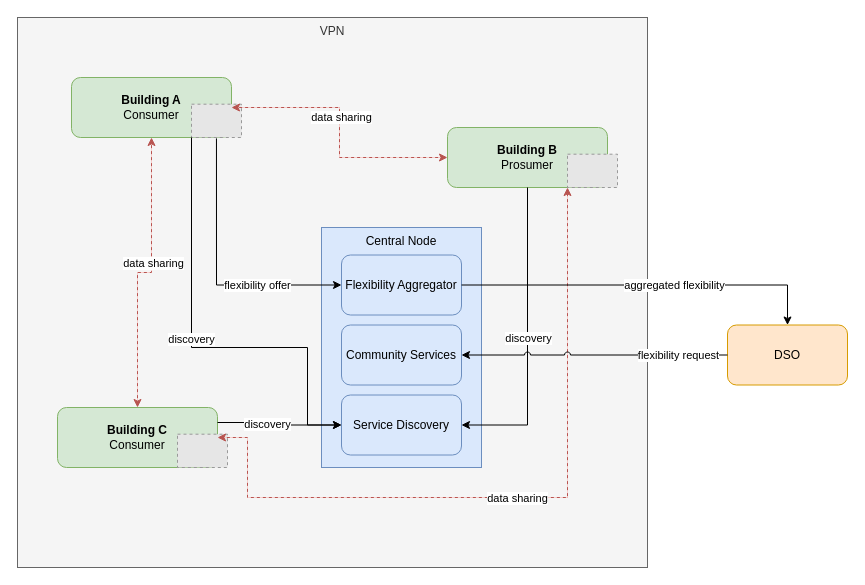
Above: Sa4CPS/WP2/UC4-SysLevel.drawio in rafaeldpsilva/sa4cps-vault (draw.io), before the change. Source tidied: cells renumbered, new cells numbered last; positions are measured from the earlier drawing's top-left corner, leaving out a move shared by most shapes. Both pictures are drawn from the tidied source at 100%, with x=0, y=0 at pixel (17, 17). Pictures stored in the file or linked from it are replaced by grey dashed boxes.
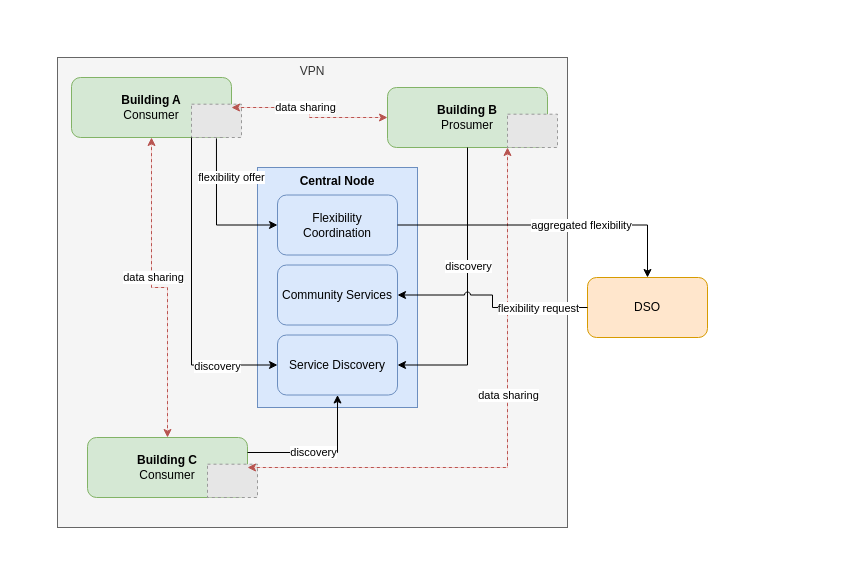
The same page after the edit.

The change refers to these unchanged cells:
```xml
<mxCell id="4" value="&lt;b&gt;Building A&lt;/b&gt;&lt;div&gt;Consumer&lt;/div&gt;" style="rounded=1;whiteSpace=wrap;html=1;fillColor=#d5e8d4;strokeColor=#82b366;" parent="3" vertex="1">
  <mxGeometry width="160" height="60" as="geometry" />
</mxCell>
<mxCell id="7" value="&lt;b&gt;Building C&lt;/b&gt;&lt;div&gt;Consumer&lt;/div&gt;" style="rounded=1;whiteSpace=wrap;html=1;fillColor=#d5e8d4;strokeColor=#82b366;" parent="6" vertex="1">
  <mxGeometry width="160" height="60" as="geometry" />
</mxCell>
<mxCell id="10" value="&lt;b&gt;Building B&lt;/b&gt;&lt;div&gt;Prosumer&lt;/div&gt;" style="rounded=1;whiteSpace=wrap;html=1;fillColor=#d5e8d4;strokeColor=#82b366;" parent="9" vertex="1">
  <mxGeometry width="160" height="60" as="geometry" />
</mxCell>
<mxCell id="16" value="Service Discovery" style="rounded=1;whiteSpace=wrap;html=1;fillColor=#dae8fc;strokeColor=#6c8ebf;" parent="13" vertex="1">
  <mxGeometry x="20" y="167.5" width="120" height="60" as="geometry" />
</mxCell>
<mxCell id="22" style="endArrow=classic;html=1;rounded=0;entryX=1;entryY=0.5;entryDx=0;entryDy=0;edgeStyle=orthogonalEdgeStyle;exitX=0.5;exitY=1;exitDx=0;exitDy=0;" parent="1" edge="1" source="10" target="16">
  <mxGeometry relative="1" as="geometry" />
</mxCell>
<mxCell id="30" style="endArrow=classic;html=1;rounded=0;exitX=0;exitY=0.5;exitDx=0;exitDy=0;entryX=1;entryY=0.5;entryDx=0;entryDy=0;edgeStyle=orthogonalEdgeStyle;jumpStyle=arc;" parent="1" edge="1" source="12" target="17">
  <mxGeometry relative="1" as="geometry" />
</mxCell>
<mxCell id="32" style="endArrow=classic;html=1;rounded=0;entryX=0;entryY=0.5;entryDx=0;entryDy=0;exitX=0.906;exitY=1.015;exitDx=0;exitDy=0;exitPerimeter=0;edgeStyle=orthogonalEdgeStyle;" parent="1" edge="1" source="4" target="15">
  <mxGeometry relative="1" as="geometry" />
</mxCell>
```

Diff of the diagram source:
```diff
@@
     <mxCell id="2" value="VPN" style="rounded=0;whiteSpace=wrap;html=1;fillColor=#f5f5f5;strokeColor=#666666;fontColor=#333333;align=center;verticalAlign=top;" parent="1" vertex="1">
-      <mxGeometry width="630" height="550" as="geometry" />
+      <mxGeometry x="40" y="40" width="510" height="470" as="geometry" />
     </mxCell>
@@
     <mxCell id="6" style="group;" parent="1" vertex="1">
-      <mxGeometry x="40" y="390" width="170" height="60" as="geometry" />
+      <mxGeometry x="70" y="420" width="170" height="60" as="geometry" />
     </mxCell>
@@
     <mxCell id="9" style="group;" parent="1" vertex="1">
-      <mxGeometry x="430" y="110" width="170" height="60" as="geometry" />
+      <mxGeometry x="370" y="70" width="170" height="60" as="geometry" />
     </mxCell>
@@
     <mxCell id="12" value="DSO" style="rounded=1;whiteSpace=wrap;html=1;fillColor=#ffe6cc;strokeColor=#d79b00;" parent="1" vertex="1">
-      <mxGeometry x="710" y="307.5" width="120" height="60" as="geometry" />
+      <mxGeometry x="570" y="260" width="120" height="60" as="geometry" />
     </mxCell>
     <mxCell id="13" style="group;" parent="1" vertex="1">
-      <mxGeometry x="304" y="210" width="160" height="240" as="geometry" />
+      <mxGeometry x="240" y="150" width="160" height="240" as="geometry" />
     </mxCell>
-    <mxCell id="14" value="Central Node" style="rounded=0;whiteSpace=wrap;html=1;verticalAlign=top;fillColor=#dae8fc;strokeColor=#6c8ebf;" parent="13" vertex="1">
+    <mxCell id="14" value="&lt;b&gt;Central Node&lt;/b&gt;" style="rounded=0;whiteSpace=wrap;html=1;verticalAlign=top;fillColor=#dae8fc;strokeColor=#6c8ebf;" parent="13" vertex="1">
       <mxGeometry width="160" height="240" as="geometry" />
     </mxCell>
-    <mxCell id="15" value="Flexibility Aggregator" style="rounded=1;whiteSpace=wrap;html=1;fillColor=#dae8fc;strokeColor=#6c8ebf;" parent="13" vertex="1">
+    <mxCell id="15" value="Flexibility Coordination" style="rounded=1;whiteSpace=wrap;html=1;fillColor=#dae8fc;strokeColor=#6c8ebf;" parent="13" vertex="1">
       <mxGeometry x="20" y="27.5" width="120" height="60" as="geometry" />
     </mxCell>
@@
-    <mxCell id="18" style="endArrow=classic;html=1;rounded=0;entryX=0;entryY=0.5;entryDx=0;entryDy=0;edgeStyle=orthogonalEdgeStyle;exitX=1;exitY=0.25;exitDx=0;exitDy=0;" parent="1" edge="1" source="7" target="16">
+    <mxCell id="18" style="endArrow=classic;html=1;rounded=0;entryX=0.5;entryY=1;entryDx=0;entryDy=0;edgeStyle=orthogonalEdgeStyle;exitX=1;exitY=0.25;exitDx=0;exitDy=0;" parent="1" edge="1" source="7" target="16">
       <mxGeometry relative="1" as="geometry" />
     </mxCell>
@@
-    <mxCell id="20" style="endArrow=classic;html=1;rounded=0;entryX=0;entryY=0.5;entryDx=0;entryDy=0;edgeStyle=orthogonalEdgeStyle;exitX=0.75;exitY=1;exitDx=0;exitDy=0;" parent="1" edge="1" source="4" target="16">
-      <mxGeometry relative="1" as="geometry">
-        <Array as="points">
-          <mxPoint x="174" y="330" />
-          <mxPoint x="290" y="330" />
-          <mxPoint x="290" y="408" />
-        </Array>
-      </mxGeometry>
+    <mxCell id="20" style="endArrow=classic;html=1;rounded=0;entryX=0;entryY=0.5;entryDx=0;entryDy=0;exitX=0.75;exitY=1;exitDx=0;exitDy=0;edgeStyle=orthogonalEdgeStyle;" parent="1" edge="1" source="4" target="16">
+      <mxGeometry relative="1" as="geometry" />
     </mxCell>
     <mxCell id="21" value="discovery" style="edgeLabel;html=1;align=center;verticalAlign=middle;" parent="20" vertex="1">
-      <mxGeometry x="-0.08" y="-1" relative="1" as="geometry" />
+      <mxGeometry x="-0.08" y="-1" relative="1" as="geometry">
+        <mxPoint x="26" y="84" as="offset" />
+      </mxGeometry>
     </mxCell>
@@
     <mxCell id="23" value="discovery" style="edgeLabel;html=1;align=center;verticalAlign=middle;" parent="22" vertex="1">
       <mxGeometry x="0.09" y="-1" relative="1" as="geometry">
-        <mxPoint x="1" y="-15" as="offset" />
+        <mxPoint x="1" y="-39" as="offset" />
       </mxGeometry>
     </mxCell>
@@
-    <mxCell id="28" style="endArrow=classic;startArrow=classic;html=1;rounded=0;entryX=0.75;entryY=1;entryDx=0;entryDy=0;exitX=1;exitY=0.5;exitDx=0;exitDy=0;shape=wire;dashed=1;edgeStyle=orthogonalEdgeStyle;fillColor=#f8cecc;strokeColor=#b85450;" parent="1" edge="1" source="7" target="10">
-      <mxGeometry relative="1" as="geometry">
-        <Array as="points">
-          <mxPoint x="230" y="420" />
-          <mxPoint x="230" y="480" />
-          <mxPoint x="550" y="480" />
-        </Array>
-      </mxGeometry>
+    <mxCell id="28" style="endArrow=classic;startArrow=classic;html=1;rounded=0;entryX=0.75;entryY=1;entryDx=0;entryDy=0;exitX=1;exitY=0.5;exitDx=0;exitDy=0;shape=wire;dashed=1;fillColor=#f8cecc;strokeColor=#b85450;edgeStyle=orthogonalEdgeStyle;" parent="1" edge="1" source="7" target="10">
+      <mxGeometry relative="1" as="geometry" />
     </mxCell>
     <mxCell id="29" value="data sharing" style="edgeLabel;html=1;align=center;verticalAlign=middle;" parent="28" vertex="1">
       <mxGeometry x="0.12" y="-1" relative="1" as="geometry">
-        <mxPoint x="-44" y="-1" as="offset" />
+        <mxPoint x="-1" y="-8" as="offset" />
       </mxGeometry>
     </mxCell>
@@
     <mxCell id="31" value="flexibility request" style="edgeLabel;html=1;align=center;verticalAlign=middle;" parent="30" vertex="1">
       <mxGeometry x="-0.16" relative="1" as="geometry">
-        <mxPoint x="62" as="offset" />
+        <mxPoint x="35" as="offset" />
       </mxGeometry>
     </mxCell>
@@
     <mxCell id="33" value="flexibility offer" style="edgeLabel;html=1;align=center;verticalAlign=middle;" parent="32" vertex="1">
       <mxGeometry x="-0.08" y="-1" relative="1" as="geometry">
-        <mxPoint x="42" y="22" as="offset" />
+        <mxPoint x="16" y="-29" as="offset" />
       </mxGeometry>
     </mxCell>
```
